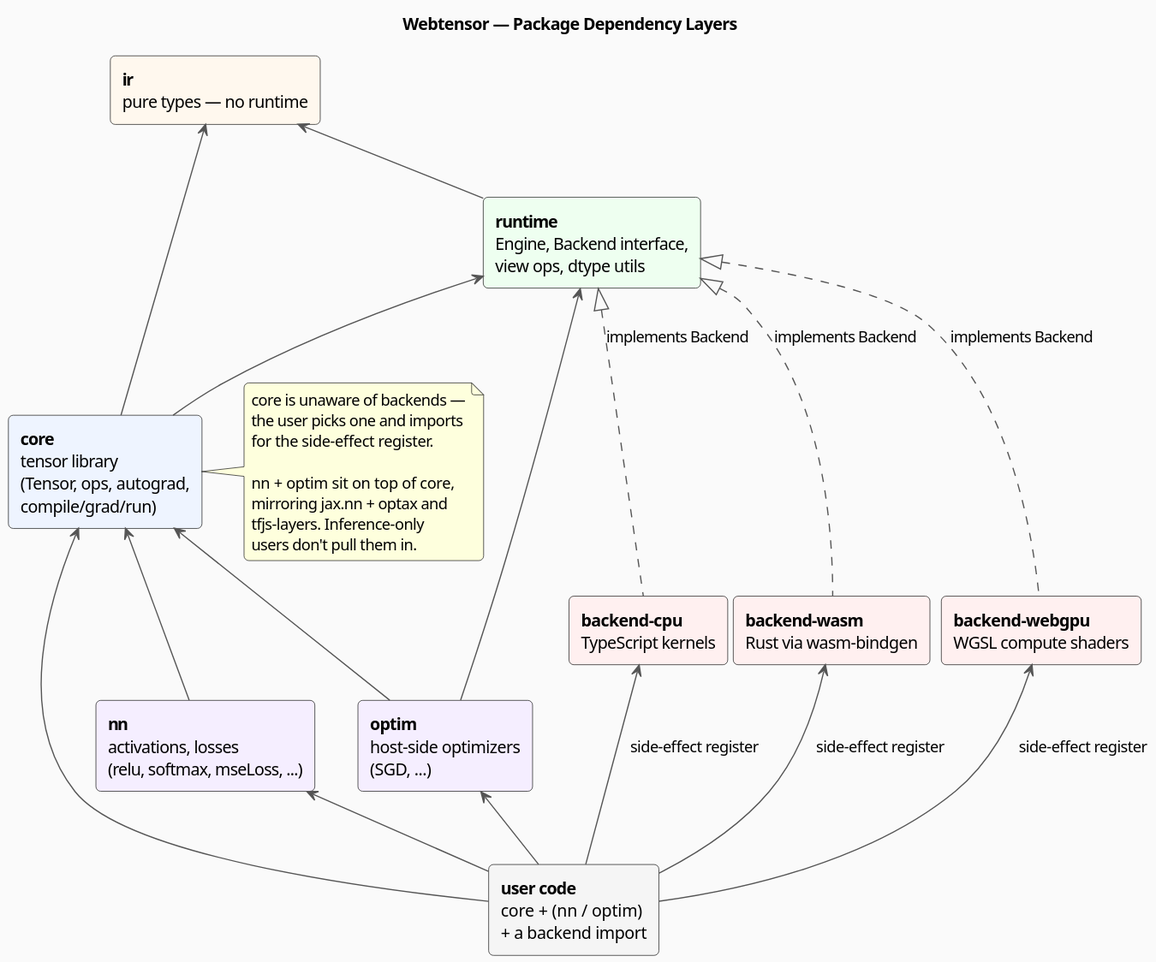
Above: docs/public/diagrams/package-dependencies.svg in hongjiaherng/webtensor (PlantUML), before the change. Source of this version:
```plantuml
@startuml
title Webtensor — Package Dependency Layers

skinparam backgroundColor #FAFAFA
skinparam shadowing false
skinparam roundCorner 8
skinparam DefaultFontName "Segoe UI"
skinparam ArrowColor #555

rectangle "**ir**\npure types — no runtime" as ir #FFF8EE

rectangle "**runtime**\nEngine, Backend interface,\nview ops, dtype utils" as runtime #EEFFF0

rectangle "**core**\ntensor library\n(Tensor, ops, autograd,\ncompile/grad/run)" as core #EEF4FF

rectangle "**nn**\nactivations, losses\n(relu, softmax, mseLoss, ...)" as nn #F5EEFF
rectangle "**optim**\nhost-side optimizers\n(SGD, ...)" as optim #F5EEFF

rectangle "**backend-cpu**\nTypeScript kernels" as cpu #FFF0F0
rectangle "**backend-wasm**\nRust via wasm-bindgen" as wasm #FFF0F0
rectangle "**backend-webgpu**\nWGSL compute shaders" as webgpu #FFF0F0

rectangle "**user code**\ncore + (nn / optim)\n+ a backend import" as user #F5F5F5

ir <-- runtime
ir <-- core
runtime <-- core
runtime <|.. cpu : implements Backend
runtime <|.. wasm : implements Backend
runtime <|.. webgpu : implements Backend

core <-- nn
core <-- optim
runtime <-- optim

core <-- user
nn <-- user
optim <-- user
cpu <-- user : side-effect register
wasm <-- user : side-effect register
webgpu <-- user : side-effect register

note right of core
  core is unaware of backends —
  the user picks one and imports
  for the side-effect register.

  nn + optim sit on top of core,
  mirroring jax.nn + optax and
  tfjs-layers. Inference-only
  users don't pull them in.
end note
@enduml
```
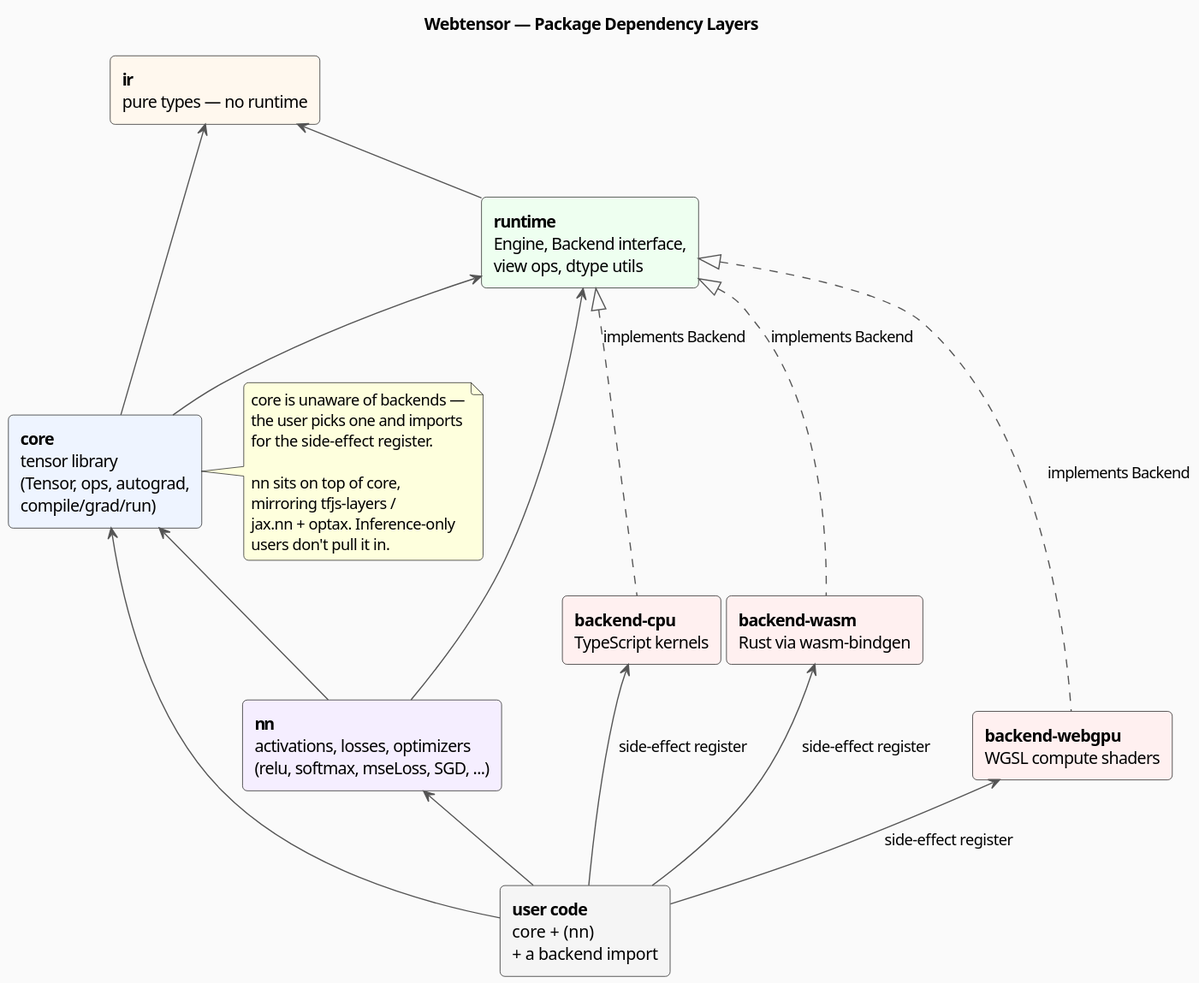
The same file after the commit.

Change to the diagram source:
```diff
@@ -13,14 +13,13 @@
 
 rectangle "**core**\ntensor library\n(Tensor, ops, autograd,\ncompile/grad/run)" as core #EEF4FF
 
-rectangle "**nn**\nactivations, losses\n(relu, softmax, mseLoss, ...)" as nn #F5EEFF
-rectangle "**optim**\nhost-side optimizers\n(SGD, ...)" as optim #F5EEFF
+rectangle "**nn**\nactivations, losses, optimizers\n(relu, softmax, mseLoss, SGD, ...)" as nn #F5EEFF
 
 rectangle "**backend-cpu**\nTypeScript kernels" as cpu #FFF0F0
 rectangle "**backend-wasm**\nRust via wasm-bindgen" as wasm #FFF0F0
 rectangle "**backend-webgpu**\nWGSL compute shaders" as webgpu #FFF0F0
 
-rectangle "**user code**\ncore + (nn / optim)\n+ a backend import" as user #F5F5F5
+rectangle "**user code**\ncore + (nn)\n+ a backend import" as user #F5F5F5
 
 ir <-- runtime
 ir <-- core
@@ -30,12 +29,10 @@
 runtime <|.. webgpu : implements Backend
 
 core <-- nn
-core <-- optim
-runtime <-- optim
+runtime <-- nn
 
 core <-- user
 nn <-- user
-optim <-- user
 cpu <-- user : side-effect register
 wasm <-- user : side-effect register
 webgpu <-- user : side-effect register
@@ -45,9 +42,9 @@
   the user picks one and imports
   for the side-effect register.
 
-  nn + optim sit on top of core,
-  mirroring jax.nn + optax and
-  tfjs-layers. Inference-only
-  users don't pull them in.
+  nn sits on top of core,
+  mirroring tfjs-layers /
+  jax.nn + optax. Inference-only
+  users don't pull it in.
 end note
 @enduml
```
